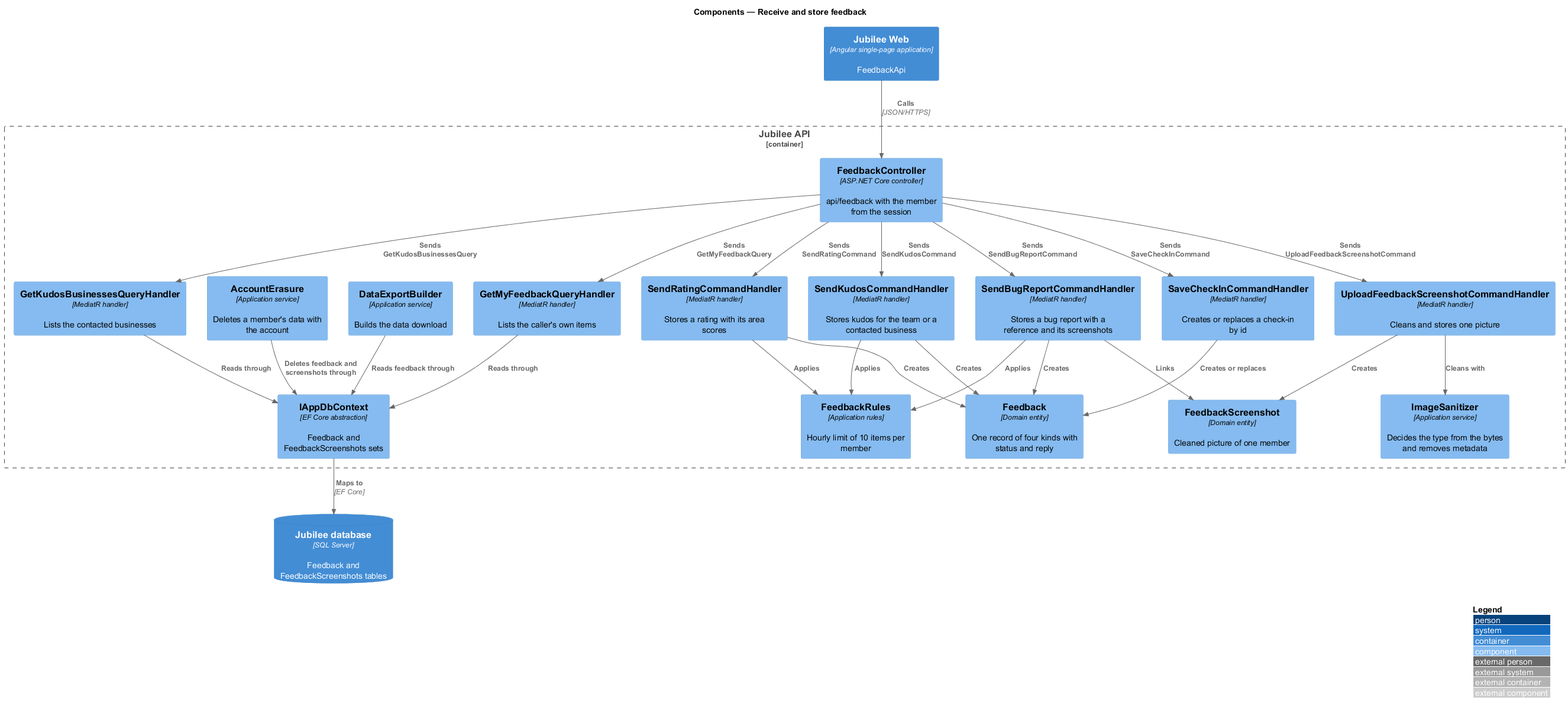
Earlier version of the PlantUML export docs/detailed-designs/feedback/receive-and-store-feedback/diagrams/c4-component.png (QuinntyneBrown/jubilee).
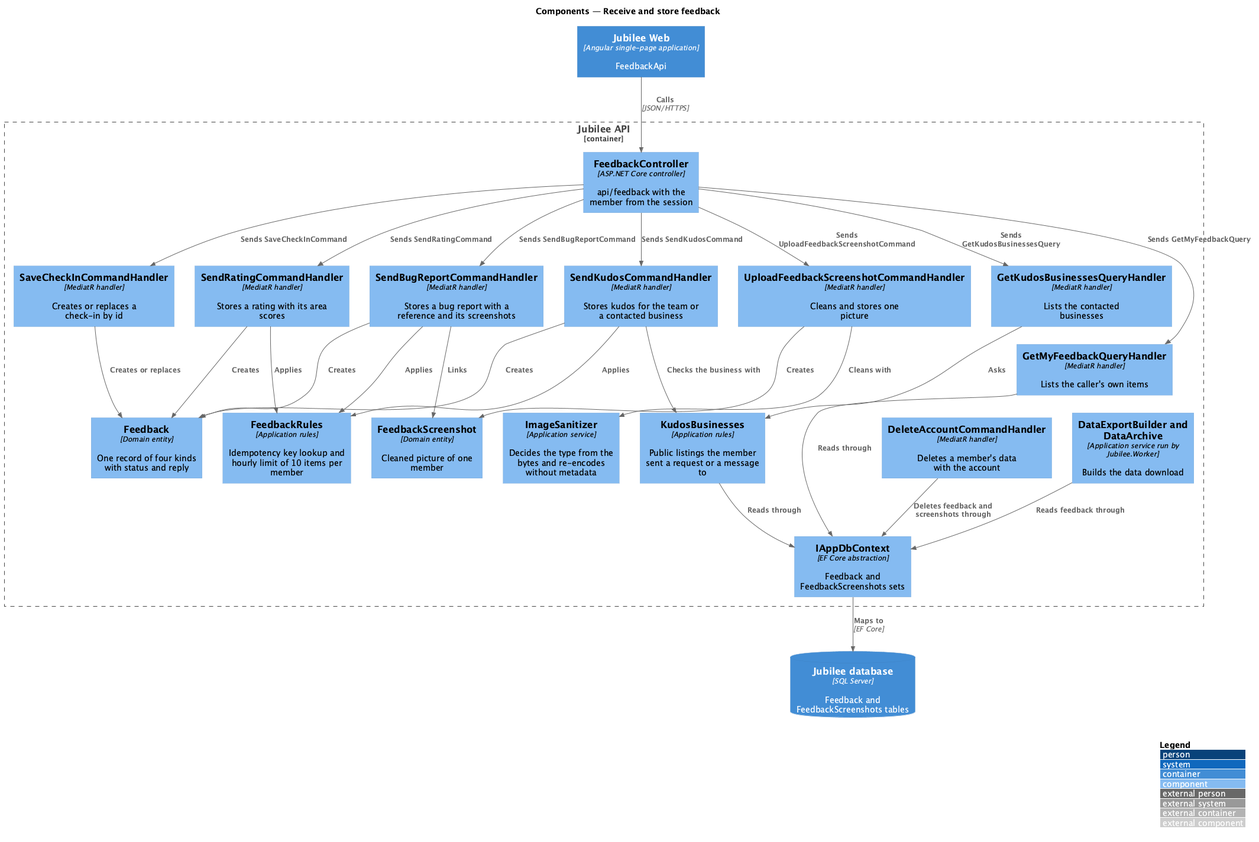
The same file after the commit.

Diff of the diagram source:
```diff
@@ -13,12 +13,13 @@
   Component(checkin, "SaveCheckInCommandHandler", "MediatR handler", "Creates or replaces a check-in by id")
   Component(mine, "GetMyFeedbackQueryHandler", "MediatR handler", "Lists the caller's own items")
   Component(biz, "GetKudosBusinessesQueryHandler", "MediatR handler", "Lists the contacted businesses")
-  Component(rules, "FeedbackRules", "Application rules", "Hourly limit of 10 items per member")
-  Component(sanitizer, "ImageSanitizer", "Application service", "Decides the type from the bytes and removes metadata")
+  Component(contacted, "KudosBusinesses", "Application rules", "Public listings the member sent a request or a message to")
+  Component(rules, "FeedbackRules", "Application rules", "Idempotency key lookup and hourly limit of 10 items per member")
+  Component(sanitizer, "ImageSanitizer", "Application service", "Decides the type from the bytes and re-encodes without metadata")
   Component(entity, "Feedback", "Domain entity", "One record of four kinds with status and reply")
   Component(screenshot, "FeedbackScreenshot", "Domain entity", "Cleaned picture of one member")
-  Component(erasure, "AccountErasure", "Application service", "Deletes a member's data with the account")
-  Component(export, "DataExportBuilder", "Application service", "Builds the data download")
+  Component(erasure, "DeleteAccountCommandHandler", "MediatR handler", "Deletes a member's data with the account")
+  Component(export, "DataExportBuilder and DataArchive", "Application service run by Jubilee.Worker", "Builds the data download")
   Component(ctx, "IAppDbContext", "EF Core abstraction", "Feedback and FeedbackScreenshots sets")
 }
 ContainerDb(db, "Jubilee database", "SQL Server", "Feedback and FeedbackScreenshots tables")
@@ -42,7 +43,9 @@
 Rel(shot, screenshot, "Creates")
 Rel(bug, screenshot, "Links")
 Rel(mine, ctx, "Reads through")
-Rel(biz, ctx, "Reads through")
+Rel(biz, contacted, "Asks")
+Rel(kudos, contacted, "Checks the business with")
+Rel(contacted, ctx, "Reads through")
 Rel(erasure, ctx, "Deletes feedback and screenshots through")
 Rel(export, ctx, "Reads feedback through")
 Rel(ctx, db, "Maps to", "EF Core")
```
